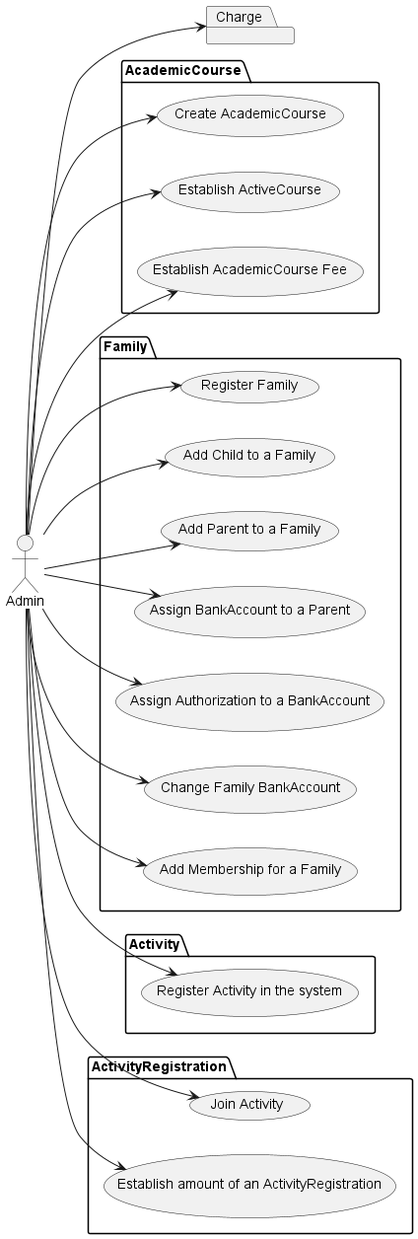
Before: doc/UseCasesDiagram/UseCasesDiagram.png, a diagram exported from PlantUML (IgnacioMaestro/ampa-manager).
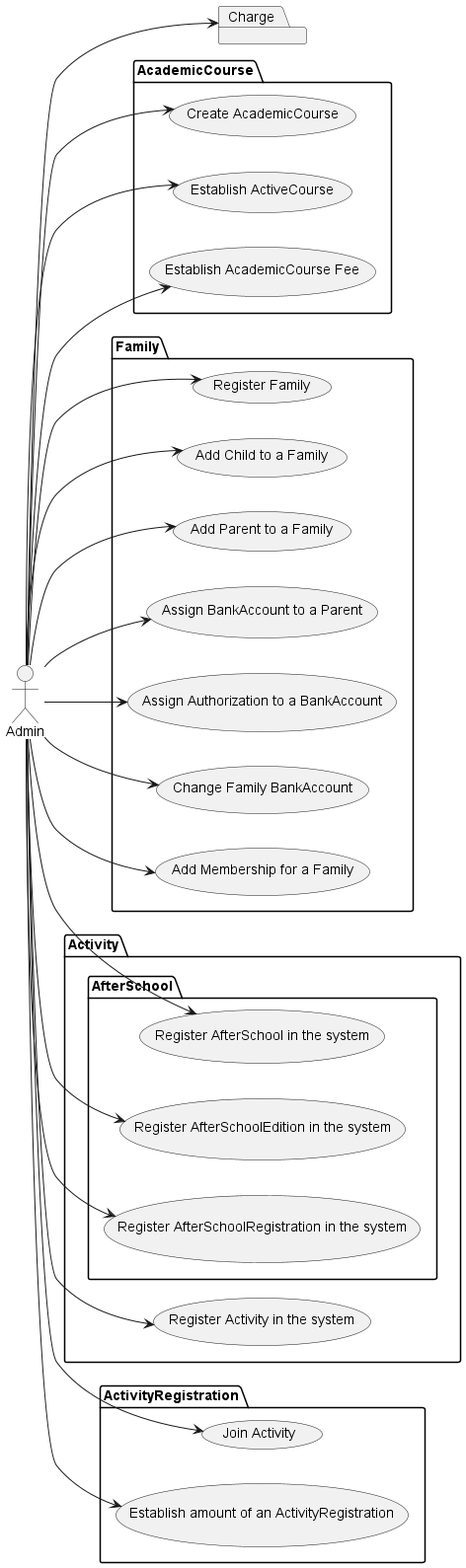
The same file after the commit.

What changed in the source:
```diff
@@ -2,25 +2,31 @@
 left to right direction
 actor Admin
 package AcademicCourse{
-  Admin --> (Create AcademicCourse)
-  Admin --> (Establish ActiveCourse)
-  Admin --> (Establish AcademicCourse Fee)
+    Admin --> (Create AcademicCourse)
+    Admin --> (Establish ActiveCourse)
+    Admin --> (Establish AcademicCourse Fee)
 }
 package Family {
-  Admin --> (Register Family)
-  Admin --> (Add Child to a Family)
-  Admin --> (Add Parent to a Family)
-  Admin --> (Assign BankAccount to a Parent)
-  Admin --> (Assign Authorization to a BankAccount)
-  Admin --> (Change Family BankAccount)
-  Admin --> (Add Membership for a Family)
+    Admin --> (Register Family)
+    Admin --> (Add Child to a Family)
+    Admin --> (Add Parent to a Family)
+    Admin --> (Assign BankAccount to a Parent)
+    Admin --> (Assign Authorization to a BankAccount)
+    Admin --> (Change Family BankAccount)
+    Admin --> (Add Membership for a Family)
 }
 package Activity {
-  Admin --> (Register Activity in the system)
+    Admin --> (Register Activity in the system)
+
+    package AfterSchool {
+        Admin --> (Register AfterSchool in the system)
+        Admin --> (Register AfterSchoolEdition in the system)
+        Admin --> (Register AfterSchoolRegistration in the system)
+    }
 }
 package ActivityRegistration {
-  Admin --> (Join Activity)
-  Admin --> (Establish amount of an ActivityRegistration)
+    Admin --> (Join Activity)
+    Admin --> (Establish amount of an ActivityRegistration)
 }
 package Charge {
 }
```
